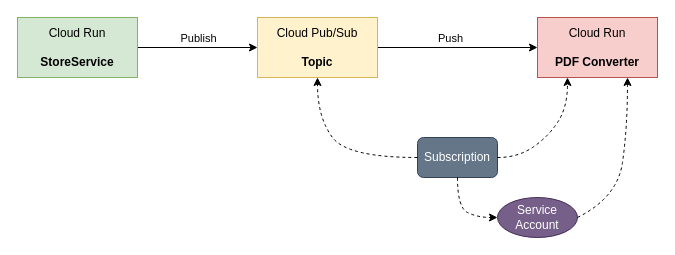
Earlier version of the draw.io diagram page "async" (2 of 3) of img/diagram.drawio (pheely/cloud-run-poc). Source tidied: cells renumbered, new cells numbered last; positions are measured from the earlier drawing's top-left corner, leaving out a move shared by most shapes. Both pictures are drawn from the tidied source at 100%, with x=0, y=0 at pixel (17, 17).
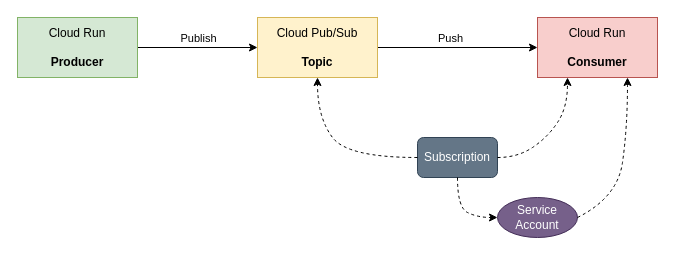
Above is the later version.

Diff of the diagram source:
```diff
@@
-    <mxCell id="4" value="Cloud Run&lt;br&gt;&lt;br&gt;&lt;b&gt;StoreService&lt;/b&gt;" style="rounded=0;whiteSpace=wrap;html=1;fillColor=#d5e8d4;strokeColor=#82b366;" parent="1" vertex="1">
+    <mxCell id="4" value="Cloud Run&lt;br&gt;&lt;br&gt;&lt;b&gt;Producer&lt;/b&gt;" style="rounded=0;whiteSpace=wrap;html=1;fillColor=#d5e8d4;strokeColor=#82b366;" parent="1" vertex="1">
       <mxGeometry width="120" height="60" as="geometry" />
     </mxCell>
@@
-    <mxCell id="8" value="Cloud Run&lt;br&gt;&lt;br&gt;&lt;b&gt;PDF Converter&lt;/b&gt;" style="rounded=0;whiteSpace=wrap;html=1;fillColor=#f8cecc;strokeColor=#b85450;" parent="1" vertex="1">
+    <mxCell id="8" value="Cloud Run&lt;br&gt;&lt;br&gt;&lt;b&gt;Consumer&lt;/b&gt;" style="rounded=0;whiteSpace=wrap;html=1;fillColor=#f8cecc;strokeColor=#b85450;" parent="1" vertex="1">
       <mxGeometry x="520" width="120" height="60" as="geometry" />
     </mxCell>
```
